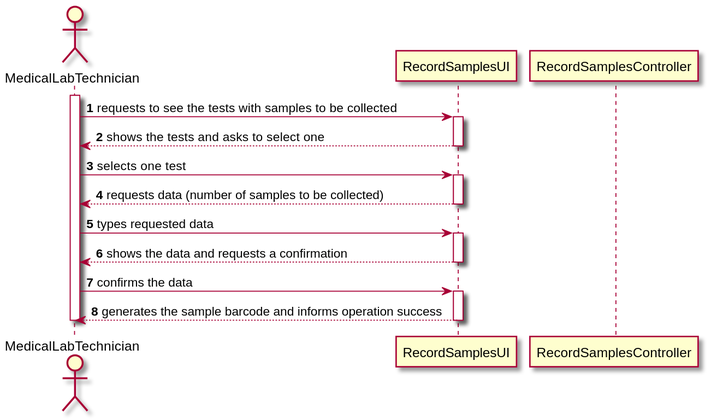
The PlantUML diagram docs/SprintC/US05/US05-SD.svg in 0franciscor/lei-21-s2-1de-g19, before a commit.
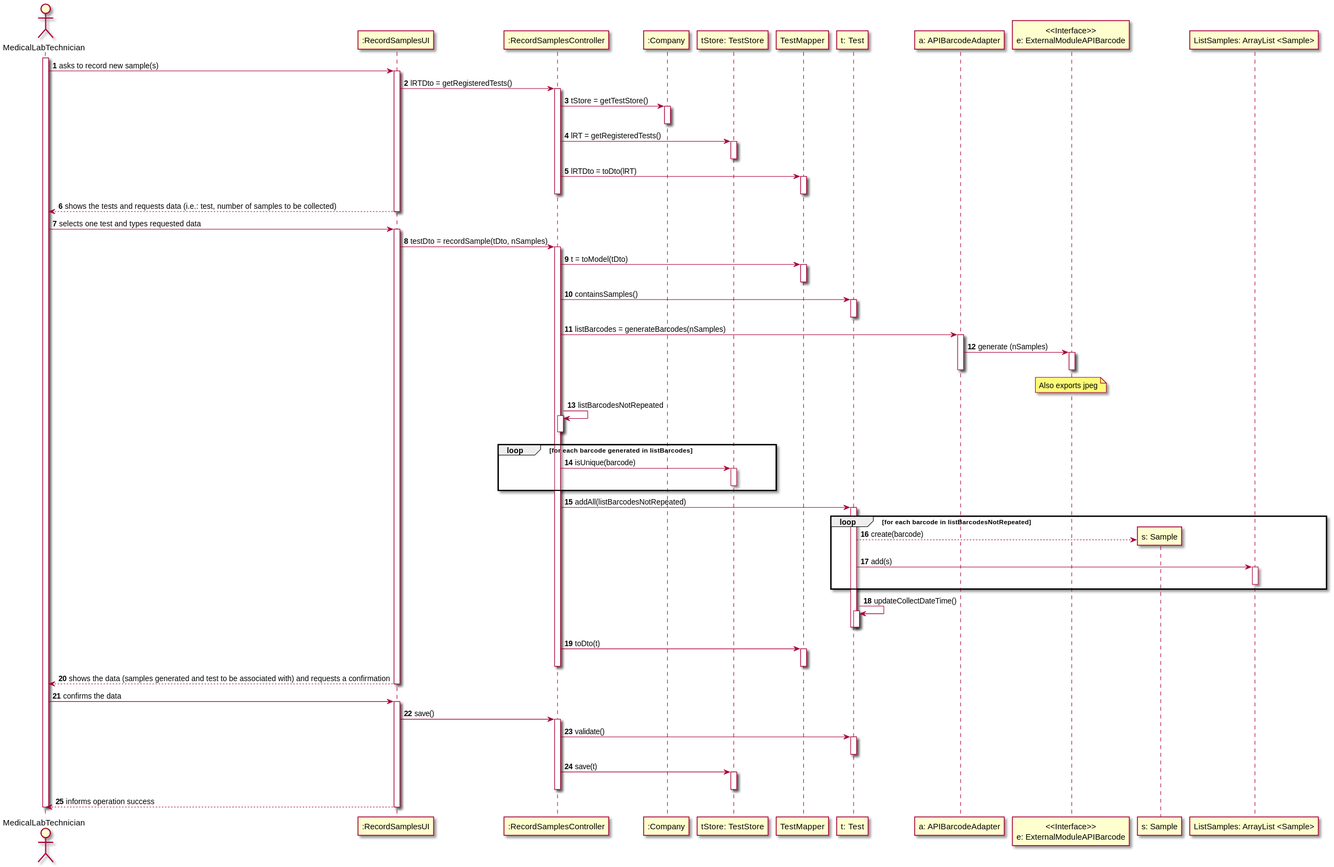
After the commit.

The edit, as a diff of the source:
```diff
@@ -3,30 +3,92 @@
 autonumber
 
 actor MedicalLabTechnician as MLT
-participant RecordSamplesUI as RSUI
-participant RecordSamplesController as RSC
+participant ":RecordSamplesUI" as RSUI
+participant ":RecordSamplesController" as RSC
+participant ":Company" as COMP
+participant "tStore: TestStore" as TS
+participant "TestMapper" as TM
+participant "t: Test" as T
+participant "a: APIBarcodeAdapter" as APIBA
+participant "<<Interface>>\ne: ExternalModuleAPIBarcode" as EMAPIB
+participant "s: Sample" as S
+participant "ListSamples: ArrayList <Sample>" as LS
 
 activate MLT
-MLT -> RSUI : requests to see the tests with samples to be collected
+MLT -> RSUI : asks to record new sample(s)
 activate RSUI
-RSUI --> MLT : shows the tests and asks to select one
+RSUI -> RSC : lRTDto = getRegisteredTests()
+activate RSC
+RSC -> COMP : tStore = getTestStore()
+activate COMP
+deactivate COMP
+RSC -> TS : lRT = getRegisteredTests()
+activate TS
+deactivate TS
+RSC -> TM : lRTDto = toDto(lRT)
+activate TM
+deactivate TM
+deactivate RSC
+RSUI --> MLT : shows the tests and requests data (i.e.: test, number of samples to be collected)
 deactivate RSUI
-MLT -> RSUI : selects one test
+
+MLT -> RSUI : selects one test and types requested data
 activate RSUI
-RSUI --> MLT : requests data (number of samples to be collected)
+RSUI -> RSC : testDto = recordSample(tDto, nSamples)
+activate RSC
+RSC -> TM : t = toModel(tDto)
+activate TM
+deactivate TM
+RSC -> T : containsSamples()
+activate T
+deactivate T
+RSC -> APIBA : listBarcodes = generateBarcodes(nSamples)
+activate APIBA
+APIBA -> EMAPIB : generate (nSamples)
+activate EMAPIB
+deactivate EMAPIB
+note over EMAPIB : Also exports jpeg
+deactivate APIBA
+RSC -> RSC : listBarcodesNotRepeated
+activate RSC
+deactivate RSC
+loop for each barcode generated in listBarcodes
+RSC -> TS : isUnique(barcode)
+activate TS
+deactivate TS
+end
+RSC -> T : addAll(listBarcodesNotRepeated)
+activate T
+loop for each barcode in listBarcodesNotRepeated
+T --> S** : create(barcode)
+T -> LS : add(s)
+activate LS
+deactivate LS
+end
+T -> T : updateCollectDateTime()
+activate T
+deactivate T
+deactivate T
+RSC -> TM : toDto(t)
+activate TM
+deactivate TM
+deactivate RSC
+RSUI --> MLT : shows the data (samples generated and test to be associated with) and requests a confirmation
 deactivate RSUI
-MLT -> RSUI : types requested data
-activate RSUI
-RSUI --> MLT : shows the data and requests a confirmation
-deactivate RSUI
+
 MLT -> RSUI : confirms the data
 activate RSUI
-RSUI --> MLT : generates the sample barcode and informs operation success
+RSUI -> RSC : save()
+activate RSC
+RSC -> T : validate()
+activate T
+deactivate T
+RSC -> TS : save(t)
+activate TS
+deactivate TS
+deactivate RSC
+RSUI --> MLT : informs operation success
 deactivate RSUI
 
 deactivate MLT
-
-
-
-
 @enduml
```
